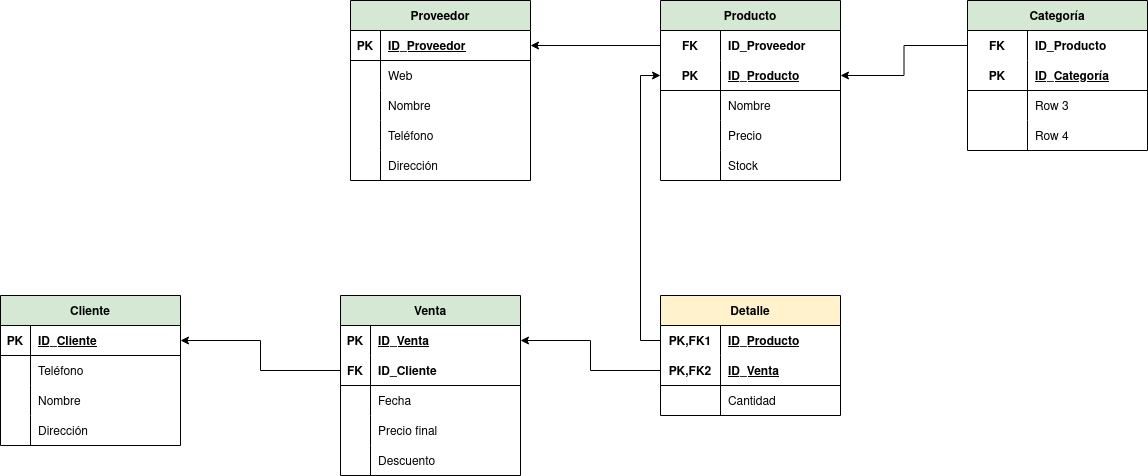
Yaamiilaa/base-datos-bae- keeps this draw.io diagram as Tareas/Tarea7/img/Sistema de ventas Modelo Relacional.png. Above is the earlier version. Source tidied: cells renumbered, new cells last; positions are measured from the earlier drawing's top-left corner, leaving out a move shared by most shapes.
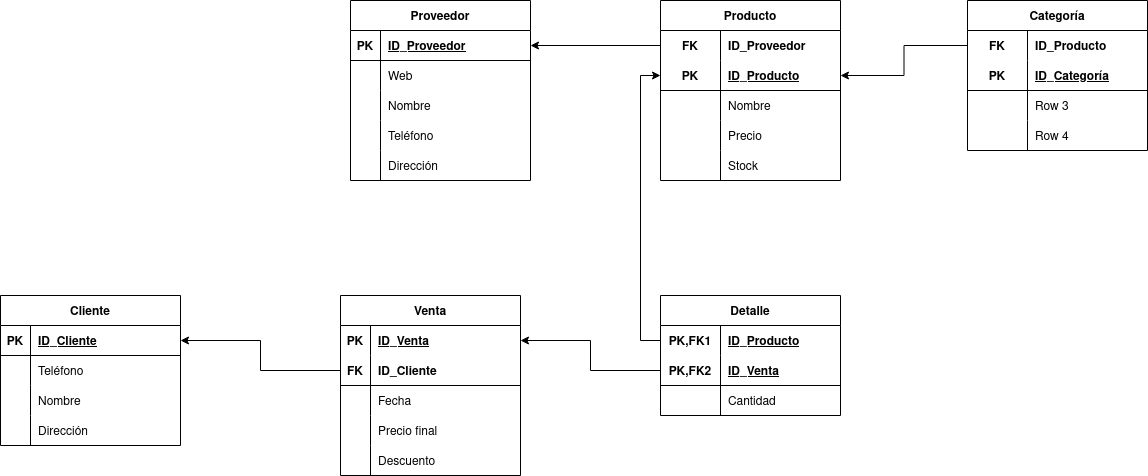
Later version of the same file.

Change to the diagram source:
```diff
@@ -2,7 +2,7 @@
   <root>
     <mxCell id="0" />
     <mxCell id="1" parent="0" />
-    <mxCell id="2" value="Proveedor" style="shape=table;startSize=30;rowLines=0;fontStyle=1;align=center;fillColor=#d5e8d4;strokeColor=default;" parent="1" vertex="1">
+    <mxCell id="2" value="Proveedor" style="shape=table;startSize=30;rowLines=0;fontStyle=1;align=center;" parent="1" vertex="1">
       <mxGeometry x="350" width="180" height="180" as="geometry" />
     </mxCell>
     <mxCell id="3" style="shape=tableRow;horizontal=0;startSize=0;swimlaneHead=0;swimlaneBody=0;fillColor=none;points=[[0,0.5],[1,0.5]];portConstraint=eastwest;top=0;left=0;right=0;bottom=1;" parent="2" vertex="1">
@@ -50,7 +50,7 @@
     <mxCell id="17" value="Dirección" style="shape=partialRectangle;fillColor=none;top=0;left=0;bottom=0;right=0;align=left;spacingLeft=6;overflow=hidden;" parent="15" vertex="1">
       <mxGeometry x="30" width="150" height="30" as="geometry" />
     </mxCell>
-    <mxCell id="18" value="Producto" style="shape=table;startSize=30;rowLines=0;fontStyle=1;align=center;fillColor=#d5e8d4;strokeColor=default;" parent="1" vertex="1">
+    <mxCell id="18" value="Producto" style="shape=table;startSize=30;rowLines=0;fontStyle=1;align=center;" parent="1" vertex="1">
       <mxGeometry x="660" width="180" height="180" as="geometry" />
     </mxCell>
     <mxCell id="19" style="shape=tableRow;horizontal=0;startSize=0;swimlaneHead=0;swimlaneBody=0;fillColor=none;points=[[0,0.5],[1,0.5]];portConstraint=eastwest;top=0;left=0;right=0;bottom=0;" parent="18" vertex="1">
@@ -101,7 +101,7 @@
     <mxCell id="34" style="edgeStyle=orthogonalEdgeStyle;rounded=0;jettySize=auto;html=1;exitX=0;exitY=0.5;exitDx=0;exitDy=0;" parent="1" edge="1" source="19" target="3">
       <mxGeometry relative="1" as="geometry" />
     </mxCell>
-    <mxCell id="35" value="Categoría" style="shape=table;startSize=30;rowLines=0;fontStyle=1;align=center;strokeColor=default;fillColor=#d5e8d4;" parent="1" vertex="1">
+    <mxCell id="35" value="Categoría" style="shape=table;startSize=30;rowLines=0;fontStyle=1;align=center;strokeColor=default;" parent="1" vertex="1">
       <mxGeometry x="967" width="180" height="150" as="geometry" />
     </mxCell>
     <mxCell id="36" style="shape=tableRow;horizontal=0;startSize=0;swimlaneHead=0;swimlaneBody=0;fillColor=none;points=[[0,0.5],[1,0.5]];portConstraint=eastwest;top=0;left=0;right=0;bottom=0;strokeColor=default;" parent="35" vertex="1">
@@ -143,7 +143,7 @@
     <mxCell id="48" style="edgeStyle=orthogonalEdgeStyle;rounded=0;jettySize=auto;html=1;entryX=1;entryY=0.5;entryDx=0;entryDy=0;" parent="1" edge="1" source="36" target="22">
       <mxGeometry relative="1" as="geometry" />
     </mxCell>
-    <mxCell id="49" value="Venta" style="shape=table;startSize=30;rowLines=0;fontStyle=1;align=center;strokeColor=default;fillColor=#d5e8d4;" parent="1" vertex="1">
+    <mxCell id="49" value="Venta" style="shape=table;startSize=30;rowLines=0;fontStyle=1;align=center;strokeColor=default;" parent="1" vertex="1">
       <mxGeometry x="340" y="295" width="180" height="180" as="geometry" />
     </mxCell>
     <mxCell id="50" style="shape=tableRow;horizontal=0;startSize=0;swimlaneHead=0;swimlaneBody=0;fillColor=none;points=[[0,0.5],[1,0.5]];portConstraint=eastwest;top=0;left=0;right=0;bottom=1;strokeColor=none;" parent="49" vertex="1">
@@ -191,7 +191,7 @@
     <mxCell id="64" value="Descuento" style="shape=partialRectangle;fillColor=none;top=0;left=0;bottom=0;right=0;align=left;spacingLeft=6;overflow=hidden;strokeColor=default;" parent="62" vertex="1">
       <mxGeometry x="30" width="150" height="30" as="geometry" />
     </mxCell>
-    <mxCell id="65" value="Detalle" style="shape=table;startSize=30;rowLines=0;fontStyle=1;align=center;strokeColor=default;fillColor=#fff2cc;" parent="1" vertex="1">
+    <mxCell id="65" value="Detalle" style="shape=table;startSize=30;rowLines=0;fontStyle=1;align=center;strokeColor=default;" parent="1" vertex="1">
       <mxGeometry x="660" y="295" width="180" height="120" as="geometry" />
     </mxCell>
     <mxCell id="66" style="shape=tableRow;horizontal=0;startSize=0;swimlaneHead=0;swimlaneBody=0;fillColor=none;points=[[0,0.5],[1,0.5]];portConstraint=eastwest;top=0;left=0;right=0;bottom=0;strokeColor=default;" parent="65" vertex="1">
@@ -227,7 +227,7 @@
     <mxCell id="76" style="edgeStyle=orthogonalEdgeStyle;rounded=0;jettySize=auto;html=1;entryX=1;entryY=0.5;entryDx=0;entryDy=0;" parent="1" edge="1" source="69" target="50">
       <mxGeometry relative="1" as="geometry" />
     </mxCell>
-    <mxCell id="77" value="Cliente" style="shape=table;startSize=30;rowLines=0;fontStyle=1;align=center;strokeColor=default;fillColor=#d5e8d4;" parent="1" vertex="1">
+    <mxCell id="77" value="Cliente" style="shape=table;startSize=30;rowLines=0;fontStyle=1;align=center;strokeColor=default;" parent="1" vertex="1">
       <mxGeometry y="295" width="180" height="150" as="geometry" />
     </mxCell>
     <mxCell id="78" style="shape=tableRow;horizontal=0;startSize=0;swimlaneHead=0;swimlaneBody=0;fillColor=none;points=[[0,0.5],[1,0.5]];portConstraint=eastwest;top=0;left=0;right=0;bottom=1;strokeColor=default;" parent="77" vertex="1">
```
